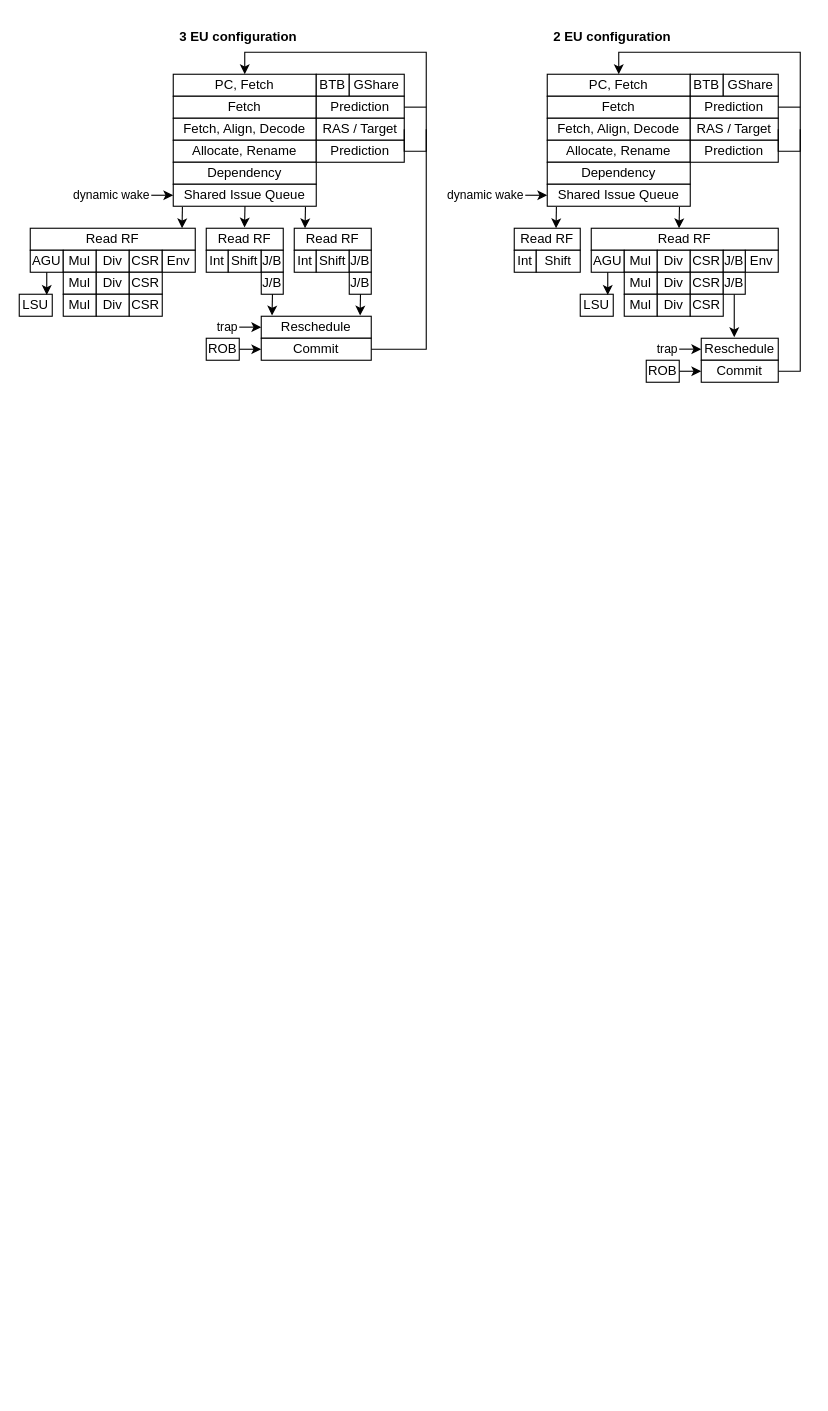
Before: page "General" (1 of 11) of source/asset/miaou.drawio in SpinalHDL/NaxRiscv-Rtd, a draw.io diagram. Source tidied: cells renumbered, new cells numbered last; positions are measured from the earlier drawing's top-left corner, leaving out a move shared by most shapes. Both pictures are drawn from the tidied source at 110%, with x=0, y=0 at pixel (19, 19).
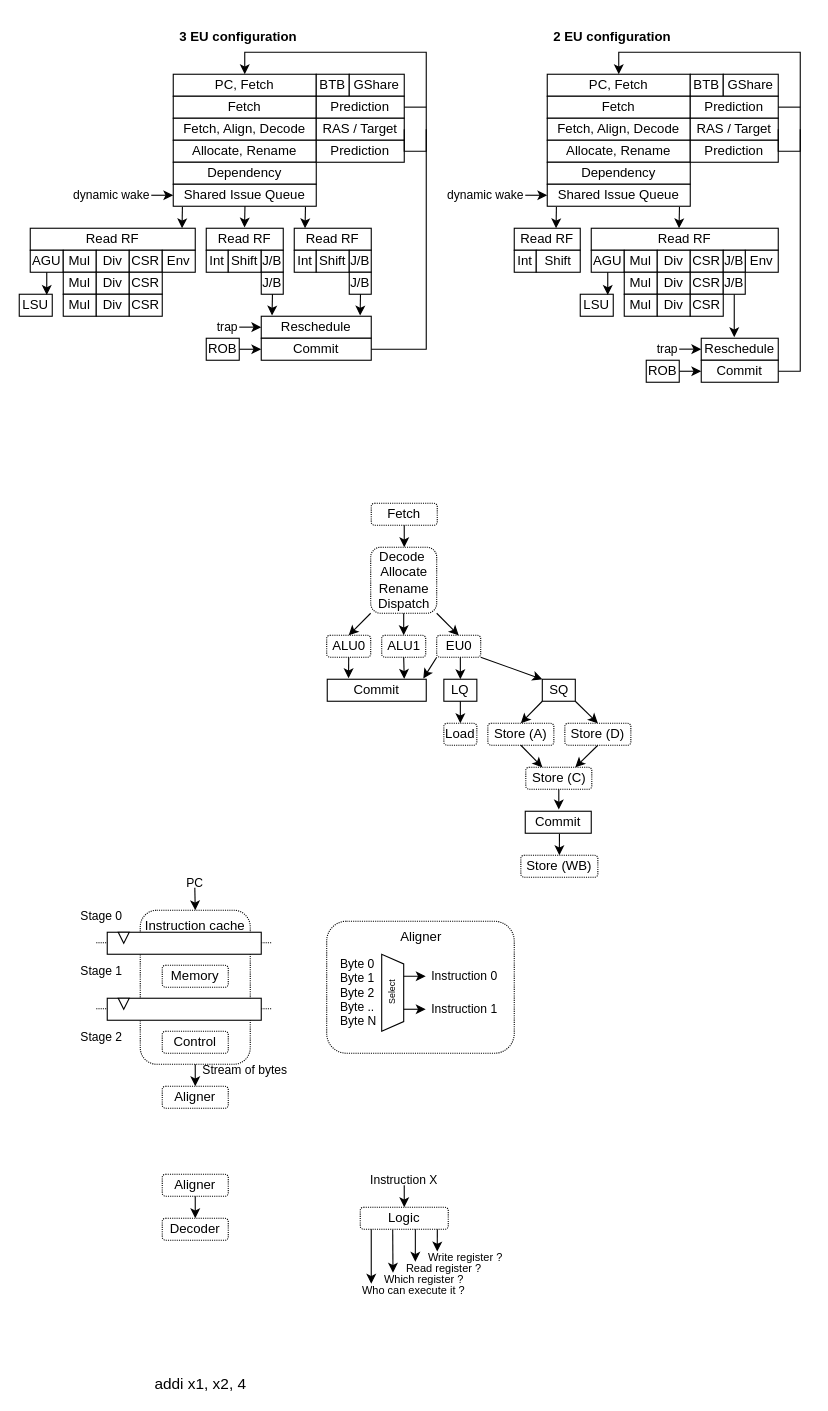
The same diagram, later.

What changed in the source:
```diff
@@
+    <mxCell id="95" value="&lt;font style=&quot;font-size: 12px&quot;&gt;Fetch&lt;/font&gt;" style="rounded=1;whiteSpace=wrap;html=1;fontSize=8;strokeWidth=1;dashed=1;dashPattern=1 1;" parent="1" vertex="1">
+      <mxGeometry x="320" y="440" width="60" height="20" as="geometry" />
+    </mxCell>
+    <mxCell id="96" value="&lt;font style=&quot;font-size: 12px&quot;&gt;Decode&amp;nbsp;&lt;br&gt;Allocate Rename&lt;br&gt;Dispatch&lt;br&gt;&lt;/font&gt;" style="rounded=1;whiteSpace=wrap;html=1;fontSize=8;strokeWidth=1;dashed=1;dashPattern=1 1;" parent="1" vertex="1">
+      <mxGeometry x="319.5" y="480" width="60" height="60" as="geometry" />
+    </mxCell>
+    <mxCell id="97" style="edgeStyle=orthogonalEdgeStyle;rounded=0;jettySize=auto;html=1;exitX=0.5;exitY=1;exitDx=0;exitDy=0;" parent="1" edge="1" source="95">
+      <mxGeometry relative="1" as="geometry">
+        <mxPoint x="350" y="480" as="targetPoint" />
+      </mxGeometry>
+    </mxCell>
+    <mxCell id="98" value="&lt;span style=&quot;font-size: 12px&quot;&gt;ALU0&lt;/span&gt;" style="rounded=1;whiteSpace=wrap;html=1;fontSize=8;strokeWidth=1;dashed=1;dashPattern=1 1;" parent="1" vertex="1">
+      <mxGeometry x="279.5" y="560" width="40" height="20" as="geometry" />
+    </mxCell>
+    <mxCell id="99" value="&lt;span style=&quot;font-size: 12px&quot;&gt;ALU1&lt;/span&gt;" style="rounded=1;whiteSpace=wrap;html=1;fontSize=8;strokeWidth=1;dashed=1;dashPattern=1 1;" parent="1" vertex="1">
+      <mxGeometry x="329.5" y="560" width="40" height="20" as="geometry" />
+    </mxCell>
+    <mxCell id="100" value="&lt;span style=&quot;font-size: 12px&quot;&gt;EU0&lt;/span&gt;" style="rounded=1;whiteSpace=wrap;html=1;fontSize=8;strokeWidth=1;dashed=1;dashPattern=1 1;" parent="1" vertex="1">
+      <mxGeometry x="379.5" y="560" width="40" height="20" as="geometry" />
+    </mxCell>
+    <mxCell id="101" value="&lt;span style=&quot;font-size: 12px&quot;&gt;Load&lt;/span&gt;" style="rounded=1;whiteSpace=wrap;html=1;fontSize=8;strokeWidth=1;dashed=1;dashPattern=1 1;" parent="1" vertex="1">
+      <mxGeometry x="386" y="640" width="30" height="20" as="geometry" />
+    </mxCell>
+    <mxCell id="102" value="&lt;span style=&quot;font-size: 12px&quot;&gt;Store (A)&lt;/span&gt;" style="rounded=1;whiteSpace=wrap;html=1;fontSize=8;strokeWidth=1;dashed=1;dashPattern=1 1;" parent="1" vertex="1">
+      <mxGeometry x="426" y="640" width="60" height="20" as="geometry" />
+    </mxCell>
+    <mxCell id="103" value="&lt;span style=&quot;font-size: 12px&quot;&gt;Store (D)&lt;/span&gt;" style="rounded=1;whiteSpace=wrap;html=1;fontSize=8;strokeWidth=1;dashed=1;dashPattern=1 1;" parent="1" vertex="1">
+      <mxGeometry x="496" y="640" width="60" height="20" as="geometry" />
+    </mxCell>
+    <mxCell id="104" value="&lt;span style=&quot;font-size: 12px&quot;&gt;Store (C)&lt;/span&gt;" style="rounded=1;whiteSpace=wrap;html=1;fontSize=8;strokeWidth=1;dashed=1;dashPattern=1 1;" parent="1" vertex="1">
+      <mxGeometry x="460.5" y="680" width="60" height="20" as="geometry" />
+    </mxCell>
+    <mxCell id="105" value="&lt;span style=&quot;font-size: 12px&quot;&gt;Store (WB)&lt;/span&gt;" style="rounded=1;whiteSpace=wrap;html=1;fontSize=8;strokeWidth=1;dashed=1;dashPattern=1 1;" parent="1" vertex="1">
+      <mxGeometry x="456" y="760" width="70" height="20" as="geometry" />
+    </mxCell>
+    <mxCell id="106" style="rounded=0;jettySize=auto;html=1;entryX=0.5;entryY=0;entryDx=0;entryDy=0;" parent="1" edge="1" target="99">
+      <mxGeometry relative="1" as="geometry">
+        <mxPoint x="349.5" y="540" as="sourcePoint" />
+      </mxGeometry>
+    </mxCell>
+    <mxCell id="107" style="rounded=0;jettySize=auto;html=1;entryX=0.5;entryY=0;entryDx=0;entryDy=0;exitX=1;exitY=1;exitDx=0;exitDy=0;" parent="1" edge="1" source="96" target="100">
+      <mxGeometry relative="1" as="geometry" />
+    </mxCell>
+    <mxCell id="108" style="rounded=0;jettySize=auto;html=1;entryX=0.5;entryY=0;entryDx=0;entryDy=0;exitX=0;exitY=1;exitDx=0;exitDy=0;" parent="1" edge="1" source="96" target="98">
+      <mxGeometry relative="1" as="geometry" />
+    </mxCell>
+    <mxCell id="109" style="rounded=0;jettySize=auto;html=1;entryX=0;entryY=0;entryDx=0;entryDy=0;exitX=1;exitY=1;exitDx=0;exitDy=0;" parent="1" edge="1" source="100" target="110">
+      <mxGeometry relative="1" as="geometry" />
+    </mxCell>
+    <mxCell id="110" value="SQ" style="rounded=0;whiteSpace=wrap;html=1;" parent="1" vertex="1">
+      <mxGeometry x="475.5" y="600" width="30" height="20" as="geometry" />
+    </mxCell>
+    <mxCell id="111" value="LQ" style="rounded=0;whiteSpace=wrap;html=1;" parent="1" vertex="1">
+      <mxGeometry x="386" y="600" width="30" height="20" as="geometry" />
+    </mxCell>
+    <mxCell id="112" style="rounded=0;jettySize=auto;html=1;entryX=0.5;entryY=0;entryDx=0;entryDy=0;" parent="1" edge="1" target="111">
+      <mxGeometry relative="1" as="geometry">
+        <mxPoint x="401" y="580" as="sourcePoint" />
+      </mxGeometry>
+    </mxCell>
+    <mxCell id="113" style="rounded=0;jettySize=auto;html=1;entryX=0.5;entryY=0;entryDx=0;entryDy=0;exitX=0.5;exitY=1;exitDx=0;exitDy=0;" parent="1" edge="1" source="111" target="101">
+      <mxGeometry relative="1" as="geometry" />
+    </mxCell>
+    <mxCell id="114" style="rounded=0;jettySize=auto;html=1;entryX=0.5;entryY=0;entryDx=0;entryDy=0;exitX=0;exitY=1;exitDx=0;exitDy=0;" parent="1" edge="1" source="110" target="102">
+      <mxGeometry relative="1" as="geometry" />
+    </mxCell>
+    <mxCell id="115" style="rounded=0;jettySize=auto;html=1;entryX=0.5;entryY=0;entryDx=0;entryDy=0;exitX=1;exitY=1;exitDx=0;exitDy=0;" parent="1" edge="1" source="110" target="103">
+      <mxGeometry relative="1" as="geometry" />
+    </mxCell>
+    <mxCell id="116" style="rounded=0;jettySize=auto;html=1;entryX=0.25;entryY=0;entryDx=0;entryDy=0;exitX=0.5;exitY=1;exitDx=0;exitDy=0;" parent="1" edge="1" source="102" target="104">
+      <mxGeometry relative="1" as="geometry" />
+    </mxCell>
+    <mxCell id="117" style="rounded=0;jettySize=auto;html=1;entryX=0.75;entryY=0;entryDx=0;entryDy=0;exitX=0.5;exitY=1;exitDx=0;exitDy=0;" parent="1" edge="1" source="103" target="104">
+      <mxGeometry relative="1" as="geometry" />
+    </mxCell>
+    <mxCell id="118" value="Commit" style="rounded=0;whiteSpace=wrap;html=1;" parent="1" vertex="1">
+      <mxGeometry x="460" y="720" width="60" height="20" as="geometry" />
+    </mxCell>
+    <mxCell id="119" style="rounded=0;jettySize=auto;html=1;entryX=0.698;entryY=-0.08;entryDx=0;entryDy=0;exitX=0.5;exitY=1;exitDx=0;exitDy=0;entryPerimeter=0;" parent="1" edge="1" source="104">
+      <mxGeometry relative="1" as="geometry">
+        <mxPoint x="490.5" y="718.4" as="targetPoint" />
+      </mxGeometry>
+    </mxCell>
+    <mxCell id="120" style="rounded=0;jettySize=auto;html=1;entryX=0.5;entryY=0;entryDx=0;entryDy=0;exitX=0.72;exitY=1.028;exitDx=0;exitDy=0;exitPerimeter=0;" parent="1" edge="1" target="105">
+      <mxGeometry relative="1" as="geometry">
+        <mxPoint x="491.1" y="740.6" as="sourcePoint" />
+      </mxGeometry>
+    </mxCell>
+    <mxCell id="121" style="rounded=0;jettySize=auto;html=1;entryX=0.215;entryY=-0.05;entryDx=0;entryDy=0;exitX=0;exitY=1;exitDx=0;exitDy=0;entryPerimeter=0;" parent="1" edge="1" target="122">
+      <mxGeometry relative="1" as="geometry">
+        <mxPoint x="299.5" y="580" as="sourcePoint" />
+      </mxGeometry>
+    </mxCell>
+    <mxCell id="122" value="Commit" style="rounded=0;whiteSpace=wrap;html=1;" parent="1" vertex="1">
+      <mxGeometry x="280" y="600" width="90" height="20" as="geometry" />
+    </mxCell>
+    <mxCell id="123" style="rounded=0;jettySize=auto;html=1;entryX=0.778;entryY=-0.017;entryDx=0;entryDy=0;exitX=0.5;exitY=1;exitDx=0;exitDy=0;entryPerimeter=0;" parent="1" edge="1" source="99" target="122">
+      <mxGeometry relative="1" as="geometry" />
+    </mxCell>
+    <mxCell id="124" style="rounded=0;jettySize=auto;html=1;entryX=0.97;entryY=-0.033;entryDx=0;entryDy=0;exitX=0;exitY=1;exitDx=0;exitDy=0;entryPerimeter=0;" parent="1" edge="1" source="100" target="122">
+      <mxGeometry relative="1" as="geometry" />
+    </mxCell>
+    <mxCell id="125" value="PC" style="text;html=1;strokeColor=none;fillColor=none;align=center;verticalAlign=middle;whiteSpace=wrap;rounded=0;dashed=1;dashPattern=1 1;labelBackgroundColor=none;fontSize=11;" parent="1" vertex="1">
+      <mxGeometry x="150" y="780" width="20" height="10" as="geometry" />
+    </mxCell>
+    <mxCell id="126" value="&lt;span style=&quot;font-size: 12px&quot;&gt;Instruction cache&lt;/span&gt;" style="rounded=1;whiteSpace=wrap;html=1;fontSize=8;strokeWidth=1;dashed=1;dashPattern=1 1;verticalAlign=top;" parent="1" vertex="1">
+      <mxGeometry x="110" y="810" width="100" height="140" as="geometry" />
+    </mxCell>
+    <mxCell id="127" style="rounded=0;jettySize=auto;html=1;exitX=0.48;exitY=0.956;exitDx=0;exitDy=0;exitPerimeter=0;" parent="1" edge="1" source="125">
+      <mxGeometry relative="1" as="geometry">
+        <mxPoint x="160" y="810" as="targetPoint" />
+      </mxGeometry>
+    </mxCell>
+    <mxCell id="128" style="endArrow=none;html=1;rounded=0;dashed=1;dashPattern=1 1;" parent="1" edge="1">
+      <mxGeometry relative="1" as="geometry">
+        <mxPoint x="70" y="839.6" as="sourcePoint" />
+        <mxPoint x="230" y="839.6" as="targetPoint" />
+      </mxGeometry>
+    </mxCell>
+    <mxCell id="129" style="rounded=0;whiteSpace=wrap;html=1;" parent="1" vertex="1">
+      <mxGeometry x="80" y="830" width="140" height="20" as="geometry" />
+    </mxCell>
+    <mxCell id="130" style="triangle;whiteSpace=wrap;html=1;rotation=-270;" parent="1" vertex="1">
+      <mxGeometry x="90" y="830" width="10" height="10" as="geometry" />
+    </mxCell>
+    <mxCell id="131" style="endArrow=none;html=1;rounded=0;dashed=1;dashPattern=1 1;" parent="1" edge="1">
+      <mxGeometry relative="1" as="geometry">
+        <mxPoint x="70" y="899.6" as="sourcePoint" />
+        <mxPoint x="230" y="899.6" as="targetPoint" />
+      </mxGeometry>
+    </mxCell>
+    <mxCell id="132" style="rounded=0;whiteSpace=wrap;html=1;" parent="1" vertex="1">
+      <mxGeometry x="80" y="890" width="140" height="20" as="geometry" />
+    </mxCell>
+    <mxCell id="133" style="triangle;whiteSpace=wrap;html=1;rotation=-270;" parent="1" vertex="1">
+      <mxGeometry x="90" y="890" width="10" height="10" as="geometry" />
+    </mxCell>
+    <mxCell id="134" value="Stage 0" style="text;html=1;strokeColor=none;fillColor=none;align=center;verticalAlign=middle;whiteSpace=wrap;rounded=0;dashed=1;dashPattern=1 1;labelBackgroundColor=none;fontSize=11;" parent="1" vertex="1">
+      <mxGeometry x="50" y="810" width="50" height="10" as="geometry" />
+    </mxCell>
+    <mxCell id="135" value="Stage 1" style="text;html=1;strokeColor=none;fillColor=none;align=center;verticalAlign=middle;whiteSpace=wrap;rounded=0;dashed=1;dashPattern=1 1;labelBackgroundColor=none;fontSize=11;" parent="1" vertex="1">
+      <mxGeometry x="50" y="860" width="50" height="10" as="geometry" />
+    </mxCell>
+    <mxCell id="136" value="Stage 2" style="text;html=1;strokeColor=none;fillColor=none;align=center;verticalAlign=middle;whiteSpace=wrap;rounded=0;dashed=1;dashPattern=1 1;labelBackgroundColor=none;fontSize=11;" parent="1" vertex="1">
+      <mxGeometry x="50" y="920" width="50" height="10" as="geometry" />
+    </mxCell>
+    <mxCell id="137" style="rounded=0;orthogonalLoop=1;jettySize=auto;html=1;exitX=0.5;exitY=1;exitDx=0;exitDy=0;" parent="1" edge="1">
+      <mxGeometry relative="1" as="geometry">
+        <mxPoint x="160" y="950" as="sourcePoint" />
+        <mxPoint x="160" y="970" as="targetPoint" />
+      </mxGeometry>
+    </mxCell>
+    <mxCell id="138" value="Stream of bytes" style="text;html=1;strokeColor=none;fillColor=none;align=center;verticalAlign=middle;whiteSpace=wrap;rounded=0;dashed=1;dashPattern=1 1;labelBackgroundColor=none;fontSize=11;" parent="1" vertex="1">
+      <mxGeometry x="162.5" y="950" width="85" height="10" as="geometry" />
+    </mxCell>
+    <mxCell id="139" value="&lt;span style=&quot;font-size: 12px&quot;&gt;Aligner&lt;/span&gt;" style="rounded=1;whiteSpace=wrap;html=1;fontSize=8;strokeWidth=1;dashed=1;dashPattern=1 1;verticalAlign=middle;" parent="1" vertex="1">
+      <mxGeometry x="130" y="970" width="60" height="20" as="geometry" />
+    </mxCell>
+    <mxCell id="140" value="&lt;span style=&quot;font-size: 12px&quot;&gt;Aligner&lt;/span&gt;" style="rounded=1;whiteSpace=wrap;html=1;fontSize=8;strokeWidth=1;dashed=1;dashPattern=1 1;verticalAlign=top;" parent="1" vertex="1">
+      <mxGeometry x="279.5" y="820" width="170.5" height="120" as="geometry" />
+    </mxCell>
+    <mxCell id="141" value="Byte 0&lt;br&gt;Byte 1&lt;br&gt;Byte 2&lt;br&gt;Byte ..&lt;br&gt;Byte N" style="text;html=1;strokeColor=none;fillColor=none;align=left;verticalAlign=middle;whiteSpace=wrap;rounded=0;dashed=1;dashPattern=1 1;labelBackgroundColor=none;fontSize=11;" parent="1" vertex="1">
+      <mxGeometry x="289.5" y="850" width="40" height="70" as="geometry" />
+    </mxCell>
+    <mxCell id="142" value="Select" style="verticalLabelPosition=middle;verticalAlign=middle;html=1;shape=trapezoid;perimeter=trapezoidPerimeter;whiteSpace=wrap;size=0.125;arcSize=10;flipV=1;labelPosition=center;align=center;fontSize=8;rotation=-90;" parent="1" vertex="1">
+      <mxGeometry x="304.5" y="875" width="70" height="20" as="geometry" />
+    </mxCell>
+    <mxCell id="143" style="rounded=0;jettySize=auto;html=1;exitX=0.714;exitY=0;exitDx=0;exitDy=0;exitPerimeter=0;" parent="1" edge="1" source="142">
+      <mxGeometry relative="1" as="geometry">
+        <mxPoint x="369.5" y="870" as="targetPoint" />
+      </mxGeometry>
+    </mxCell>
+    <mxCell id="144" style="rounded=0;orthogonalLoop=1;jettySize=auto;html=1;exitX=0.714;exitY=0;exitDx=0;exitDy=0;exitPerimeter=0;" parent="1" edge="1">
+      <mxGeometry relative="1" as="geometry">
+        <mxPoint x="349.5" y="900" as="sourcePoint" />
+        <mxPoint x="369.5" y="900" as="targetPoint" />
+      </mxGeometry>
+    </mxCell>
+    <mxCell id="145" value="Instruction 0" style="text;html=1;strokeColor=none;fillColor=none;align=center;verticalAlign=middle;whiteSpace=wrap;rounded=0;dashed=1;dashPattern=1 1;labelBackgroundColor=none;fontSize=11;" parent="1" vertex="1">
+      <mxGeometry x="369.5" y="865" width="70" height="10" as="geometry" />
+    </mxCell>
+    <mxCell id="146" value="Instruction 1" style="text;html=1;strokeColor=none;fillColor=none;align=center;verticalAlign=middle;whiteSpace=wrap;rounded=0;dashed=1;dashPattern=1 1;labelBackgroundColor=none;fontSize=11;" parent="1" vertex="1">
+      <mxGeometry x="369.5" y="895" width="70" height="10" as="geometry" />
+    </mxCell>
+    <mxCell id="147" value="&lt;span style=&quot;font-size: 12px&quot;&gt;Memory&lt;/span&gt;" style="rounded=1;whiteSpace=wrap;html=1;fontSize=8;strokeWidth=1;dashed=1;dashPattern=1 1;verticalAlign=middle;" parent="1" vertex="1">
+      <mxGeometry x="130" y="860" width="60" height="20" as="geometry" />
+    </mxCell>
+    <mxCell id="148" value="&lt;span style=&quot;font-size: 12px&quot;&gt;Control&lt;/span&gt;" style="rounded=1;whiteSpace=wrap;html=1;fontSize=8;strokeWidth=1;dashed=1;dashPattern=1 1;verticalAlign=middle;" parent="1" vertex="1">
+      <mxGeometry x="130" y="920" width="60" height="20" as="geometry" />
+    </mxCell>
+    <mxCell id="149" value="&lt;span style=&quot;font-size: 12px&quot;&gt;Aligner&lt;/span&gt;" style="rounded=1;whiteSpace=wrap;html=1;fontSize=8;strokeWidth=1;dashed=1;dashPattern=1 1;verticalAlign=middle;" parent="1" vertex="1">
+      <mxGeometry x="130" y="1050" width="60" height="20" as="geometry" />
+    </mxCell>
+    <mxCell id="150" value="&lt;span style=&quot;font-size: 12px&quot;&gt;Decoder&lt;/span&gt;" style="rounded=1;whiteSpace=wrap;html=1;fontSize=8;strokeWidth=1;dashed=1;dashPattern=1 1;verticalAlign=middle;" parent="1" vertex="1">
+      <mxGeometry x="130" y="1090" width="60" height="20" as="geometry" />
+    </mxCell>
+    <mxCell id="151" style="rounded=0;jettySize=auto;html=1;exitX=0.5;exitY=1;exitDx=0;exitDy=0;entryX=0.5;entryY=0;entryDx=0;entryDy=0;" parent="1" edge="1" source="149" target="150">
+      <mxGeometry relative="1" as="geometry" />
+    </mxCell>
+    <mxCell id="152" value="Instruction X" style="text;html=1;strokeColor=none;fillColor=none;align=center;verticalAlign=middle;whiteSpace=wrap;rounded=0;dashed=1;dashPattern=1 1;labelBackgroundColor=none;fontSize=11;" parent="1" vertex="1">
+      <mxGeometry x="310" y="1050" width="80" height="10" as="geometry" />
+    </mxCell>
+    <mxCell id="153" value="&lt;span style=&quot;font-size: 12px&quot;&gt;Logic&lt;/span&gt;" style="rounded=1;whiteSpace=wrap;html=1;fontSize=8;strokeWidth=1;dashed=1;dashPattern=1 1;verticalAlign=middle;" parent="1" vertex="1">
+      <mxGeometry x="310" y="1080" width="80" height="20" as="geometry" />
+    </mxCell>
+    <mxCell id="154" style="rounded=0;jettySize=auto;html=1;exitX=0.5;exitY=1;exitDx=0;exitDy=0;entryX=0.5;entryY=0;entryDx=0;entryDy=0;" parent="1" edge="1" source="152" target="153">
+      <mxGeometry relative="1" as="geometry" />
+    </mxCell>
+    <mxCell id="155" value="Write register ?" style="text;html=1;strokeColor=none;fillColor=none;align=left;verticalAlign=middle;whiteSpace=wrap;rounded=0;dashed=1;dashPattern=1 1;labelBackgroundColor=none;fontSize=10;" parent="1" vertex="1">
+      <mxGeometry x="369.5" y="1120" width="80" height="10" as="geometry" />
+    </mxCell>
+    <mxCell id="156" value="Read register ?" style="text;html=1;strokeColor=none;fillColor=none;align=left;verticalAlign=middle;whiteSpace=wrap;rounded=0;dashed=1;dashPattern=1 1;labelBackgroundColor=none;fontSize=10;" parent="1" vertex="1">
+      <mxGeometry x="350" y="1130" width="80" height="10" as="geometry" />
+    </mxCell>
+    <mxCell id="157" value="Which register ?" style="text;html=1;strokeColor=none;fillColor=none;align=left;verticalAlign=middle;whiteSpace=wrap;rounded=0;dashed=1;dashPattern=1 1;labelBackgroundColor=none;fontSize=10;" parent="1" vertex="1">
+      <mxGeometry x="329.5" y="1140" width="90" height="10" as="geometry" />
+    </mxCell>
+    <mxCell id="158" value="Who can execute it ?" style="text;html=1;strokeColor=none;fillColor=none;align=left;verticalAlign=middle;whiteSpace=wrap;rounded=0;dashed=1;dashPattern=1 1;labelBackgroundColor=none;fontSize=10;" parent="1" vertex="1">
+      <mxGeometry x="310" y="1150" width="110" height="10" as="geometry" />
+    </mxCell>
+    <mxCell id="159" style="rounded=0;jettySize=auto;html=1;exitX=0.876;exitY=0.998;exitDx=0;exitDy=0;entryX=0.131;entryY=0.028;entryDx=0;entryDy=0;exitPerimeter=0;entryPerimeter=0;" parent="1" edge="1" source="153" target="155">
+      <mxGeometry relative="1" as="geometry" />
+    </mxCell>
+    <mxCell id="160" style="rounded=0;jettySize=auto;html=1;exitX=0.876;exitY=0.998;exitDx=0;exitDy=0;entryX=0.126;entryY=-0.047;entryDx=0;entryDy=0;exitPerimeter=0;entryPerimeter=0;" parent="1" edge="1" target="156">
+      <mxGeometry relative="1" as="geometry">
+        <mxPoint x="360.1" y="1100" as="sourcePoint" />
+      </mxGeometry>
+    </mxCell>
+    <mxCell id="161" style="rounded=0;jettySize=auto;html=1;exitX=0.876;exitY=0.998;exitDx=0;exitDy=0;entryX=0.114;entryY=-0.05;entryDx=0;entryDy=0;exitPerimeter=0;entryPerimeter=0;" parent="1" edge="1" target="157">
+      <mxGeometry relative="1" as="geometry">
+        <mxPoint x="339.5" y="1100.5" as="sourcePoint" />
+      </mxGeometry>
+    </mxCell>
+    <mxCell id="162" style="rounded=0;jettySize=auto;html=1;exitX=0.876;exitY=0.998;exitDx=0;exitDy=0;entryX=0.091;entryY=-0.044;entryDx=0;entryDy=0;exitPerimeter=0;entryPerimeter=0;" parent="1" edge="1" target="158">
+      <mxGeometry relative="1" as="geometry">
+        <mxPoint x="320" y="1100" as="sourcePoint" />
+      </mxGeometry>
+    </mxCell>
+    <mxCell id="163" value="addi x1, x2, 4" style="text;whiteSpace=wrap;html=1;fontSize=14;align=center;verticalAlign=middle;" parent="1" vertex="1">
+      <mxGeometry x="120" y="1240" width="90" as="geometry" />
+    </mxCell>
```
